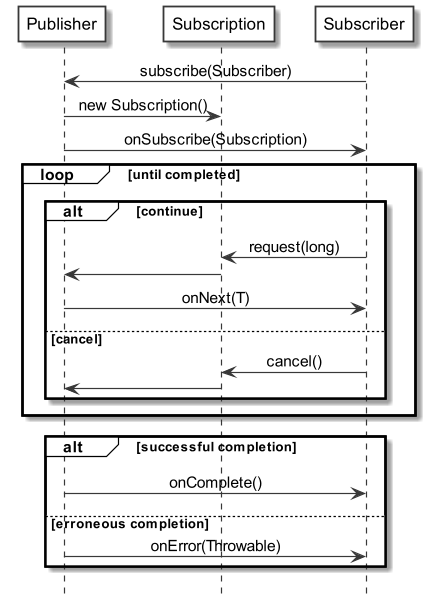
ti-cortex-m4/demo-java-reactive-streams-old keeps this PlantUML diagram as images/Reactive_Streams_workflow.png. Above is the earlier version.
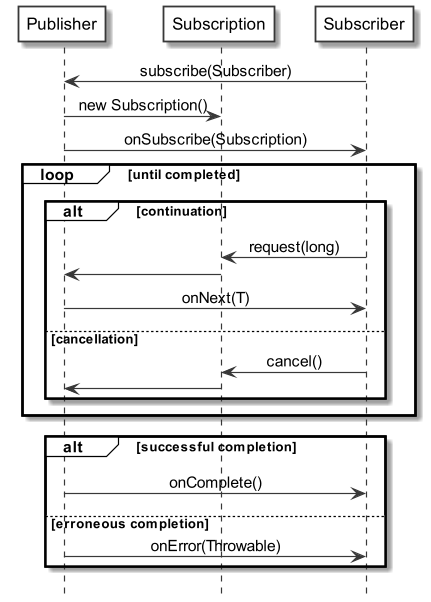
The same file after the commit.

The edit, as a diff of the source:
```diff
@@ -22,11 +22,11 @@
 Publisher -> Subscriber : onSubscribe(Subscription)
 
 loop until completed
-    alt continue
+    alt continuation
         Subscriber -> Subscription : request(long)
         Subscription -> Publisher
         Publisher -> Subscriber : onNext(T)
-    else cancel
+    else cancellation
         Subscriber -> Subscription : cancel()
         Subscription -> Publisher
     end
```
